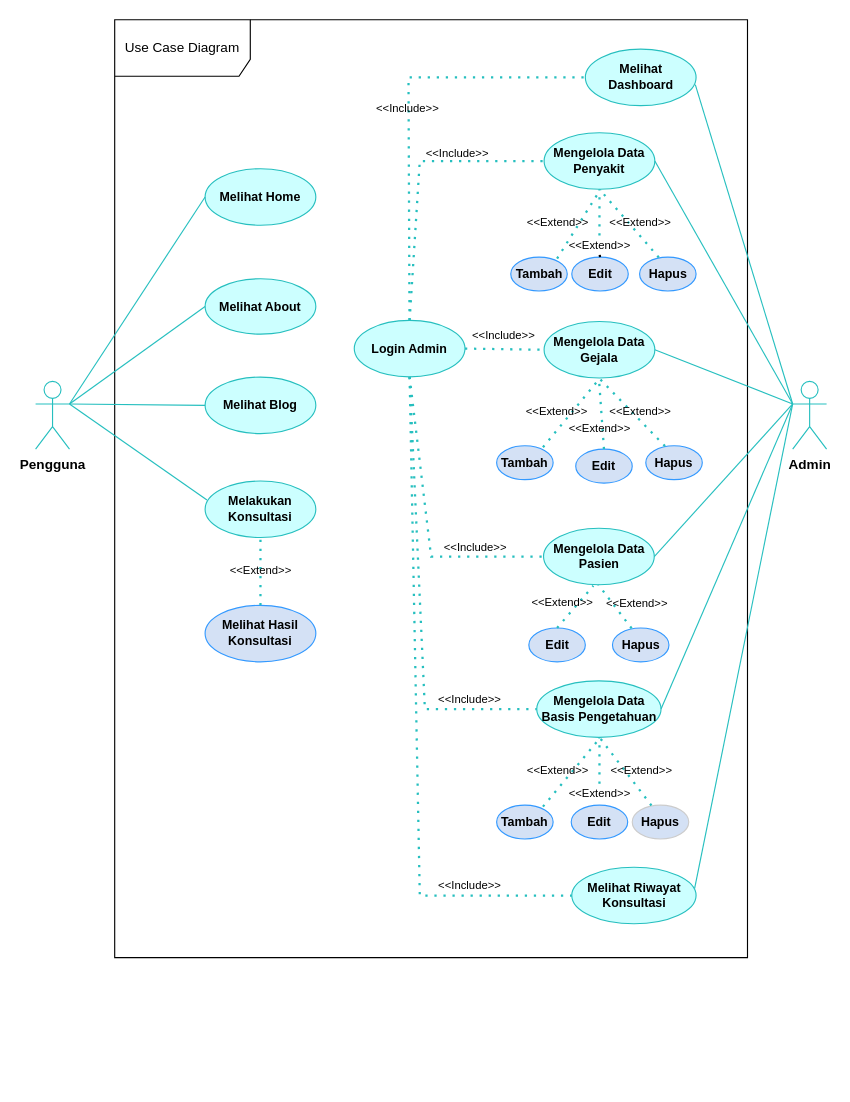
Earlier version of the draw.io diagram page "Use Case" (1 of 29) of Diagram Tanpa Judul.drawio (RyanRamadhan11/drawio). Source tidied: cells renumbered, new cells numbered last; positions are measured from the earlier drawing's top-left corner, leaving out a move shared by most shapes. Both pictures are drawn from the tidied source at 113%, with x=0, y=0 at pixel (35, 19).
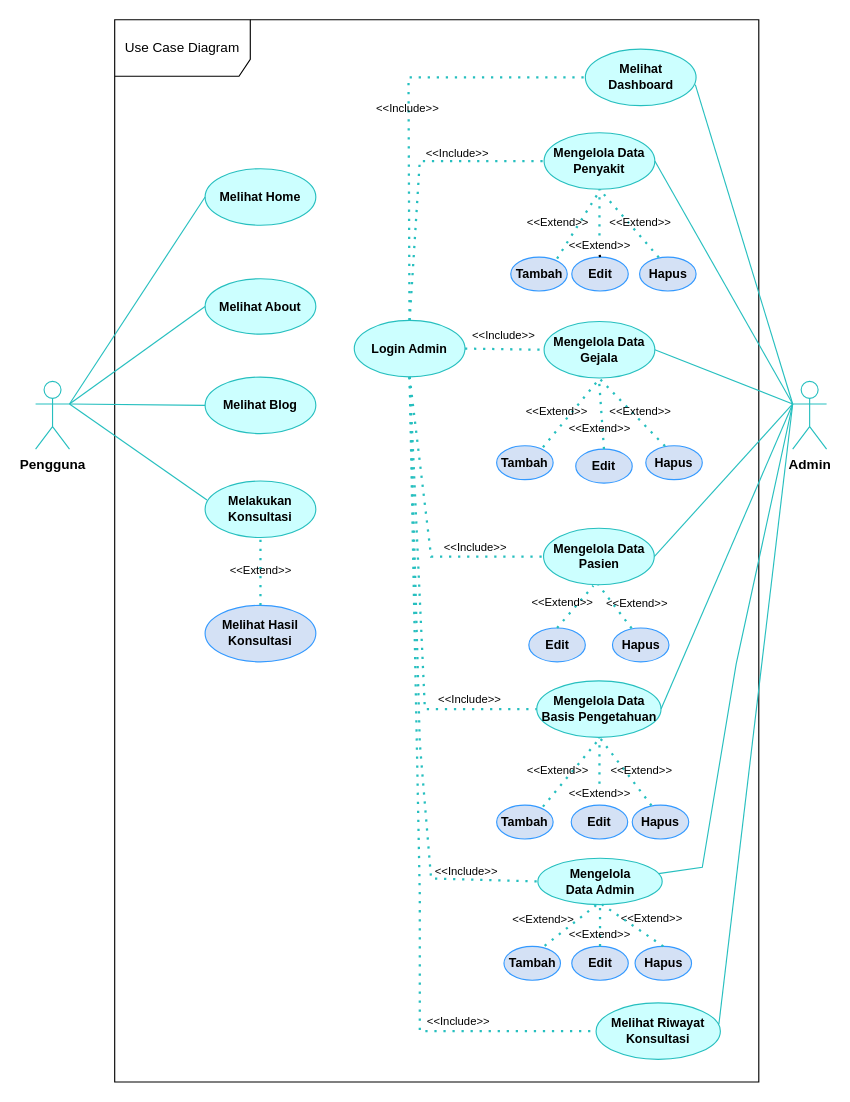
The same page after the edit.

Unchanged cells that the change refers to:
```xml
<mxCell id="4" value="&lt;b&gt;Admin&lt;/b&gt;" style="shape=umlActor;verticalLabelPosition=bottom;verticalAlign=top;html=1;rounded=0;strokeColor=#26BFBF;" parent="1" vertex="1">
  <mxGeometry x="670" y="320" width="30" height="60" as="geometry" />
</mxCell>
<mxCell id="63" value="&lt;span style=&quot;font-size: 11px;&quot;&gt;Login Admin&lt;/span&gt;" style="ellipse;whiteSpace=wrap;html=1;fillColor=#CCFFFF;strokeColor=#26BFBF;fontStyle=1;fontSize=11;rounded=0;" parent="1" vertex="1">
  <mxGeometry x="282" y="266" width="98" height="50" as="geometry" />
</mxCell>
```

Diff of the diagram source:
```diff
@@
     <mxCell id="2" value="Use Case Diagram" style="shape=umlFrame;whiteSpace=wrap;html=1;width=120;height=50;rounded=0;" parent="1" vertex="1">
-      <mxGeometry x="70" width="560" height="830" as="geometry" />
+      <mxGeometry x="70" width="570" height="940" as="geometry" />
     </mxCell>
@@
     <mxCell id="17" value="&lt;span style=&quot;font-size: 11px;&quot;&gt;Melihat Riwayat Konsultasi&lt;/span&gt;" style="ellipse;whiteSpace=wrap;html=1;fillColor=#CCFFFF;strokeColor=#26BFBF;fontStyle=1;fontSize=11;rounded=0;" parent="1" vertex="1">
-      <mxGeometry x="474.5" y="750" width="110" height="50" as="geometry" />
+      <mxGeometry x="496" y="870" width="110" height="50" as="geometry" />
     </mxCell>
@@
-    <mxCell id="53" value="Hapus" style="ellipse;whiteSpace=wrap;html=1;align=center;fontStyle=1;fontSize=11;fillColor=#D4E1F5;strokeColor=#CCCCCC;rounded=0;" parent="1" vertex="1">
+    <mxCell id="53" value="Hapus" style="ellipse;whiteSpace=wrap;html=1;align=center;fontStyle=1;fontSize=11;fillColor=#D4E1F5;strokeColor=#3399FF;rounded=0;" parent="1" vertex="1">
       <mxGeometry x="528" y="695" width="50" height="30" as="geometry" />
     </mxCell>
@@
     <mxCell id="71" style="endArrow=none;dashed=1;html=1;dashPattern=1 3;strokeWidth=2;rounded=0;exitX=0.5;exitY=1;exitDx=0;exitDy=0;entryX=0;entryY=0.5;entryDx=0;entryDy=0;strokeColor=#26BFBF;" parent="1" edge="1" source="63" target="17">
       <mxGeometry relative="1" as="geometry">
         <Array as="points">
           <mxPoint x="340" y="775" />
+          <mxPoint x="340" y="895" />
         </Array>
       </mxGeometry>
     </mxCell>
@@
     <mxCell id="74" value="&lt;font style=&quot;font-size: 10px;&quot;&gt;&amp;lt;&amp;lt;Include&amp;gt;&amp;gt;&lt;/font&gt;" style="text;html=1;strokeColor=none;fillColor=none;align=center;verticalAlign=middle;whiteSpace=wrap;rounded=0;fontStyle=0;fontSize=10;" parent="1" vertex="1">
-      <mxGeometry x="350" y="758" width="69" height="15" as="geometry" />
+      <mxGeometry x="340" y="878" width="69" height="15" as="geometry" />
     </mxCell>
+    <mxCell id="75" value="&lt;span style=&quot;font-size: 11px;&quot;&gt;Mengelola &lt;br&gt;Data Admin&lt;br&gt;&lt;/span&gt;" style="ellipse;whiteSpace=wrap;html=1;fillColor=#CCFFFF;strokeColor=#26BFBF;fontStyle=1;fontSize=11;rounded=0;" parent="1" vertex="1">
+      <mxGeometry x="444.5" y="742" width="110" height="41" as="geometry" />
+    </mxCell>
+    <mxCell id="76" value="Hapus" style="ellipse;whiteSpace=wrap;html=1;align=center;fontStyle=1;fontSize=11;fillColor=#D4E1F5;strokeColor=#3399FF;rounded=0;" parent="1" vertex="1">
+      <mxGeometry x="530.5" y="820" width="50" height="30" as="geometry" />
+    </mxCell>
+    <mxCell id="77" value="Edit" style="ellipse;whiteSpace=wrap;html=1;align=center;fontStyle=1;fontSize=11;fillColor=#D4E1F5;strokeColor=#3399FF;rounded=0;" parent="1" vertex="1">
+      <mxGeometry x="474.5" y="820" width="50" height="30" as="geometry" />
+    </mxCell>
+    <mxCell id="78" value="Tambah" style="ellipse;whiteSpace=wrap;html=1;align=center;fontStyle=1;fontSize=11;fillColor=#D4E1F5;strokeColor=#3399FF;rounded=0;" parent="1" vertex="1">
+      <mxGeometry x="414.5" y="820" width="50" height="30" as="geometry" />
+    </mxCell>
+    <mxCell id="79" style="endArrow=none;dashed=1;html=1;dashPattern=1 3;strokeWidth=2;rounded=0;exitX=0.5;exitY=0;exitDx=0;exitDy=0;strokeColor=#26BFBF;entryX=0.5;entryY=1;entryDx=0;entryDy=0;" parent="1" edge="1" source="77" target="75">
+      <mxGeometry relative="1" as="geometry" />
+    </mxCell>
+    <mxCell id="80" value="&lt;font style=&quot;font-size: 10px;&quot;&gt;&amp;lt;&amp;lt;Extend&amp;gt;&amp;gt;&lt;/font&gt;" style="text;html=1;strokeColor=none;fillColor=none;align=center;verticalAlign=middle;whiteSpace=wrap;rounded=0;fontStyle=0;fontSize=10;" parent="1" vertex="1">
+      <mxGeometry x="464.5" y="801" width="69" height="15" as="geometry" />
+    </mxCell>
+    <mxCell id="81" value="&lt;font style=&quot;font-size: 10px;&quot;&gt;&amp;lt;&amp;lt;Extend&amp;gt;&amp;gt;&lt;/font&gt;" style="text;html=1;strokeColor=none;fillColor=none;align=center;verticalAlign=middle;whiteSpace=wrap;rounded=0;fontStyle=0;fontSize=10;" parent="1" vertex="1">
+      <mxGeometry x="510.5" y="787" width="69" height="15" as="geometry" />
+    </mxCell>
+    <mxCell id="82" style="endArrow=none;dashed=1;html=1;dashPattern=1 3;strokeWidth=2;rounded=0;exitX=0.5;exitY=0;exitDx=0;exitDy=0;strokeColor=#26BFBF;entryX=0.517;entryY=0.999;entryDx=0;entryDy=0;entryPerimeter=0;" parent="1" edge="1" source="76" target="75">
+      <mxGeometry relative="1" as="geometry" />
+    </mxCell>
+    <mxCell id="83" style="endArrow=none;dashed=1;html=1;dashPattern=1 3;strokeWidth=2;rounded=0;exitX=0.72;exitY=-0.018;exitDx=0;exitDy=0;strokeColor=#26BFBF;entryX=0.473;entryY=1.005;entryDx=0;entryDy=0;entryPerimeter=0;exitPerimeter=0;" parent="1" edge="1" source="78" target="75">
+      <mxGeometry relative="1" as="geometry" />
+    </mxCell>
+    <mxCell id="84" value="&lt;font style=&quot;font-size: 10px;&quot;&gt;&amp;lt;&amp;lt;Extend&amp;gt;&amp;gt;&lt;/font&gt;" style="text;html=1;strokeColor=none;fillColor=none;align=center;verticalAlign=middle;whiteSpace=wrap;rounded=0;fontStyle=0;fontSize=10;" parent="1" vertex="1">
+      <mxGeometry x="414.5" y="788" width="69" height="15" as="geometry" />
+    </mxCell>
+    <mxCell id="85" style="endArrow=none;html=1;rounded=0;exitX=0;exitY=0.3333333333333333;exitDx=0;exitDy=0;exitPerimeter=0;strokeColor=#26BFBF;" parent="1" edge="1" source="4" target="75">
+      <mxGeometry relative="1" as="geometry">
+        <Array as="points">
+          <mxPoint x="620" y="570" />
+          <mxPoint x="590" y="750" />
+        </Array>
+      </mxGeometry>
+    </mxCell>
+    <mxCell id="86" style="endArrow=none;dashed=1;html=1;dashPattern=1 3;strokeWidth=2;rounded=0;exitX=0.5;exitY=1;exitDx=0;exitDy=0;entryX=0;entryY=0.5;entryDx=0;entryDy=0;strokeColor=#26BFBF;" parent="1" edge="1" source="63" target="75">
+      <mxGeometry relative="1" as="geometry">
+        <Array as="points">
+          <mxPoint x="340" y="640" />
+          <mxPoint x="350" y="760" />
+        </Array>
+      </mxGeometry>
+    </mxCell>
+    <mxCell id="87" value="&lt;font style=&quot;font-size: 10px;&quot;&gt;&amp;lt;&amp;lt;Include&amp;gt;&amp;gt;&lt;/font&gt;" style="text;html=1;strokeColor=none;fillColor=none;align=center;verticalAlign=middle;whiteSpace=wrap;rounded=0;fontStyle=0;fontSize=10;" parent="1" vertex="1">
+      <mxGeometry x="347" y="745" width="69" height="15" as="geometry" />
+    </mxCell>
```
